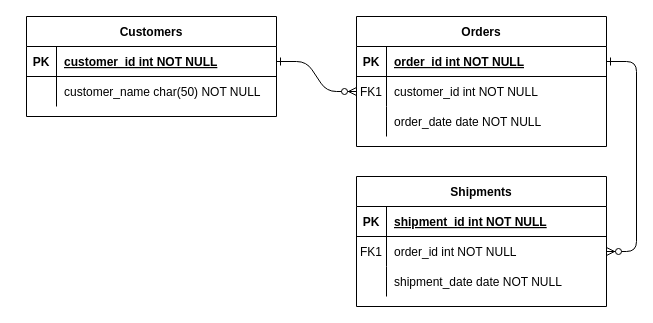
Above: Untitled Diagram.drawio in kwakczuszka/diagram (draw.io), before the change. Source tidied: cells renumbered, new cells numbered last; positions are measured from the earlier drawing's top-left corner, leaving out a move shared by most shapes. Both pictures are drawn from the tidied source at 100%, with x=0, y=0 at pixel (26, 16).
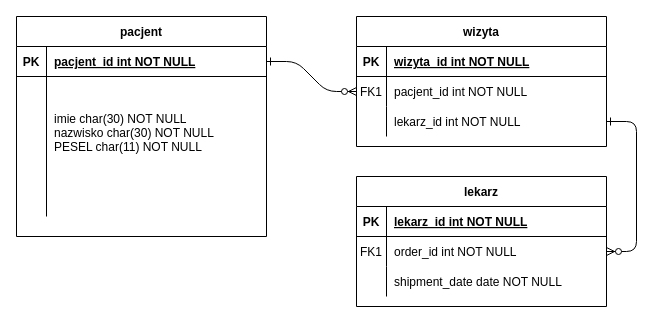
After the change.

The change refers to these unchanged cells:
```xml
<mxCell id="5" style="shape=partialRectangle;fillColor=none;points=[[0,0.5],[1,0.5]];portConstraint=eastwest;top=0;left=0;right=0;bottom=1;" parent="4" vertex="1">
  <mxGeometry y="30" width="250" height="30" as="geometry" />
</mxCell>
<mxCell id="8" style="shape=partialRectangle;fillColor=none;points=[[0,0.5],[1,0.5]];portConstraint=eastwest;top=0;left=0;right=0;bottom=0;" parent="4" vertex="1">
  <mxGeometry y="60" width="250" height="30" as="geometry" />
</mxCell>
<mxCell id="11" style="shape=partialRectangle;fillColor=none;points=[[0,0.5],[1,0.5]];portConstraint=eastwest;top=0;left=0;right=0;bottom=0;" parent="4" vertex="1">
  <mxGeometry y="90" width="250" height="30" as="geometry" />
</mxCell>
<mxCell id="15" style="shape=partialRectangle;fillColor=none;top=0;left=0;right=0;bottom=1;" parent="14" vertex="1">
  <mxGeometry y="30" width="250" height="30" as="geometry" />
</mxCell>
<mxCell id="18" style="shape=partialRectangle;fillColor=none;points=[[0,0.5],[1,0.5]];portConstraint=eastwest;top=0;left=0;right=0;bottom=0;" parent="14" vertex="1">
  <mxGeometry y="60" width="250" height="30" as="geometry" />
</mxCell>
<mxCell id="25" style="shape=partialRectangle;fillColor=none;points=[[0,0.5],[1,0.5]];portConstraint=eastwest;top=0;left=0;right=0;bottom=1;" parent="24" vertex="1">
  <mxGeometry y="30" width="250" height="30" as="geometry" />
</mxCell>
```

What changed in the source:
```diff
@@
-    <mxCell id="3" style="edgeStyle=entityRelationEdgeStyle;endArrow=ERzeroToMany;startArrow=ERone;endFill=1;startFill=0;" parent="1" edge="1" source="5" target="18">
-      <mxGeometry relative="1" as="geometry" />
-    </mxCell>
-    <mxCell id="4" value="Orders" style="shape=table;startSize=30;childLayout=tableLayout;rowLines=0;fontStyle=1;align=center;" parent="1" vertex="1">
+    <mxCell id="4" value="wizyta" style="shape=table;startSize=30;childLayout=tableLayout;rowLines=0;fontStyle=1;align=center;" parent="1" vertex="1">
       <mxGeometry x="330" width="250" height="130" as="geometry" />
     </mxCell>
@@
-    <mxCell id="7" value="order_id int NOT NULL " style="shape=partialRectangle;overflow=hidden;fillColor=none;top=0;left=0;bottom=0;right=0;align=left;spacingLeft=6;fontStyle=5;" parent="5" vertex="1">
+    <mxCell id="7" value="wizyta_id int NOT NULL " style="shape=partialRectangle;overflow=hidden;fillColor=none;top=0;left=0;bottom=0;right=0;align=left;spacingLeft=6;fontStyle=5;" parent="5" vertex="1">
       <mxGeometry x="30" width="220" height="30" as="geometry" />
     </mxCell>
@@
-    <mxCell id="10" value="customer_id int NOT NULL" style="shape=partialRectangle;overflow=hidden;fillColor=none;top=0;left=0;bottom=0;right=0;align=left;spacingLeft=6;" parent="8" vertex="1">
+    <mxCell id="10" value="pacjent_id int NOT NULL" style="shape=partialRectangle;overflow=hidden;fillColor=none;top=0;left=0;bottom=0;right=0;align=left;spacingLeft=6;" parent="8" vertex="1">
       <mxGeometry x="30" width="220" height="30" as="geometry" />
     </mxCell>
@@
-    <mxCell id="13" value="order_date date NOT NULL" style="shape=partialRectangle;overflow=hidden;fillColor=none;top=0;left=0;bottom=0;right=0;align=left;spacingLeft=6;" parent="11" vertex="1">
+    <mxCell id="13" value="lekarz_id int NOT NULL" style="shape=partialRectangle;overflow=hidden;fillColor=none;top=0;left=0;bottom=0;right=0;align=left;spacingLeft=6;" parent="11" vertex="1">
       <mxGeometry x="30" width="220" height="30" as="geometry" />
     </mxCell>
-    <mxCell id="14" value="Shipments" style="shape=table;startSize=30;childLayout=tableLayout;rowLines=0;fontStyle=1;align=center;" parent="1" vertex="1">
+    <mxCell id="14" value="lekarz" style="shape=table;startSize=30;childLayout=tableLayout;rowLines=0;fontStyle=1;align=center;" parent="1" vertex="1">
       <mxGeometry x="330" y="160" width="250" height="130" as="geometry" />
     </mxCell>
@@
-    <mxCell id="17" value="shipment_id int NOT NULL " style="shape=partialRectangle;overflow=hidden;fillColor=none;top=0;left=0;bottom=0;right=0;align=left;spacingLeft=6;fontStyle=5;" parent="15" vertex="1">
+    <mxCell id="17" value="lekarz_id int NOT NULL " style="shape=partialRectangle;overflow=hidden;fillColor=none;top=0;left=0;bottom=0;right=0;align=left;spacingLeft=6;fontStyle=5;" parent="15" vertex="1">
       <mxGeometry x="30" width="220" height="30" as="geometry" />
     </mxCell>
@@
+    <mxCell id="3" style="edgeStyle=entityRelationEdgeStyle;endArrow=ERzeroToMany;startArrow=ERone;endFill=1;startFill=0;" parent="1" edge="1" source="11" target="18">
+      <mxGeometry relative="1" as="geometry" />
+    </mxCell>
-    <mxCell id="24" value="Customers" style="shape=table;startSize=30;childLayout=tableLayout;rowLines=0;fontStyle=1;align=center;" parent="1" vertex="1">
-      <mxGeometry width="250" height="100" as="geometry" />
+    <mxCell id="24" value="pacjent" style="shape=table;startSize=30;childLayout=tableLayout;rowLines=0;fontStyle=1;align=center;" parent="1" vertex="1">
+      <mxGeometry x="-10" width="250" height="220" as="geometry" />
     </mxCell>
@@
-    <mxCell id="27" value="customer_id int NOT NULL " style="shape=partialRectangle;overflow=hidden;fillColor=none;top=0;left=0;bottom=0;right=0;align=left;spacingLeft=6;fontStyle=5;" parent="25" vertex="1">
+    <mxCell id="27" value="pacjent_id int NOT NULL " style="shape=partialRectangle;overflow=hidden;fillColor=none;top=0;left=0;bottom=0;right=0;align=left;spacingLeft=6;fontStyle=5;" parent="25" vertex="1">
       <mxGeometry x="30" width="220" height="30" as="geometry" />
     </mxCell>
     <mxCell id="28" style="shape=partialRectangle;fillColor=none;top=0;left=0;right=0;bottom=0;" parent="24" vertex="1">
-      <mxGeometry y="60" width="250" height="30" as="geometry" />
+      <mxGeometry y="60" width="250" height="140" as="geometry" />
     </mxCell>
     <mxCell id="29" style="shape=partialRectangle;overflow=hidden;fillColor=none;top=0;left=0;bottom=0;right=0;" parent="28" vertex="1">
-      <mxGeometry width="30" height="30" as="geometry" />
+      <mxGeometry width="30" height="140" as="geometry" />
     </mxCell>
-    <mxCell id="30" value="customer_name char(50) NOT NULL" style="shape=partialRectangle;overflow=hidden;fillColor=none;top=0;left=0;bottom=0;right=0;align=left;spacingLeft=6;" parent="28" vertex="1">
-      <mxGeometry x="30" width="220" height="30" as="geometry" />
+    <mxCell id="30" value="imie char(30) NOT NULL&#10;nazwisko char(30) NOT NULL&#10;PESEL char(11) NOT NULL&#10;&#10;" style="shape=partialRectangle;overflow=hidden;fillColor=none;top=0;left=0;bottom=0;right=0;align=left;spacingLeft=6;" parent="28" vertex="1">
+      <mxGeometry x="30" width="220" height="140" as="geometry" />
     </mxCell>
```
